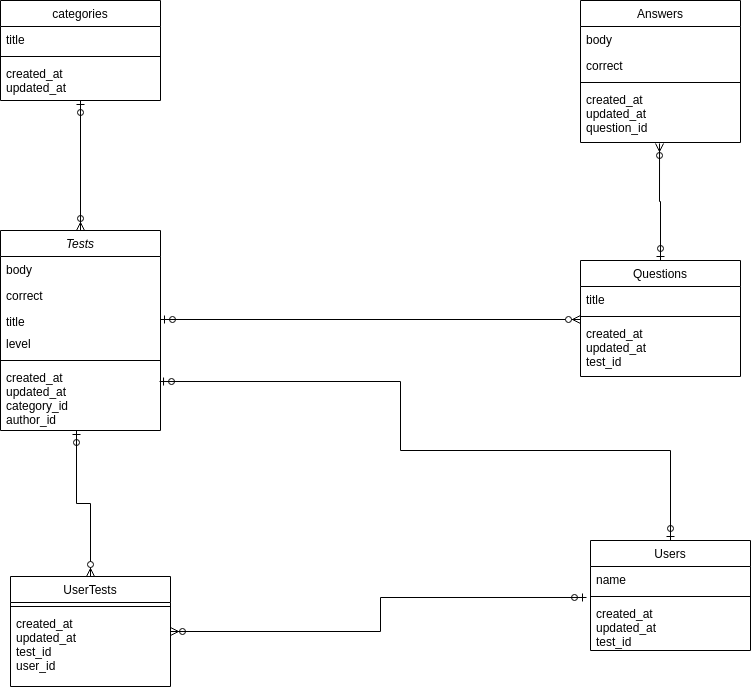
The draw.io diagram Untitled Diagram.drawio.png in TonishevAlexey/TestGuru, before a commit. Source tidied: cells renumbered, new cells last; positions are measured from the earlier drawing's top-left corner, leaving out a move shared by most shapes. The source it was exported from:
```xml
<mxGraphModel>
  <root>
    <mxCell id="0" />
    <mxCell id="1" parent="0" />
    <mxCell id="2" value="Tests&#10;" style="swimlane;fontStyle=2;align=center;verticalAlign=top;horizontal=1;startSize=26;rounded=0;shadow=0;strokeWidth=1;" parent="1" vertex="1">
      <mxGeometry y="230" width="160" height="200" as="geometry" />
    </mxCell>
    <mxCell id="3" value="body" style="text;align=left;verticalAlign=top;spacingLeft=4;spacingRight=4;overflow=hidden;" parent="2" vertex="1">
      <mxGeometry y="26" width="160" height="26" as="geometry" />
    </mxCell>
    <mxCell id="4" value="correct" style="text;align=left;verticalAlign=top;spacingLeft=4;spacingRight=4;overflow=hidden;rounded=0;shadow=0;html=0;" parent="2" vertex="1">
      <mxGeometry y="52" width="160" height="26" as="geometry" />
    </mxCell>
    <mxCell id="5" value="title" style="text;align=left;verticalAlign=top;spacingLeft=4;spacingRight=4;overflow=hidden;points=[[0,0.5],[1,0.5]];portConstraint=eastwest;rounded=0;shadow=0;html=0;" parent="2" vertex="1">
      <mxGeometry y="78" width="160" height="22" as="geometry" />
    </mxCell>
    <mxCell id="6" value="level" style="text;strokeColor=none;fillColor=none;align=left;verticalAlign=top;spacingLeft=4;spacingRight=4;overflow=hidden;" parent="2" vertex="1">
      <mxGeometry y="100" width="160" height="26" as="geometry" />
    </mxCell>
    <mxCell id="7" style="line;html=1;strokeWidth=1;align=left;verticalAlign=middle;spacingTop=-1;spacingLeft=3;spacingRight=3;labelPosition=right;" parent="2" vertex="1">
      <mxGeometry y="126" width="160" height="8" as="geometry" />
    </mxCell>
    <mxCell id="8" value="created_at&#10;updated_at&#10;category_id&#10;author_id" style="text;align=left;verticalAlign=top;spacingLeft=4;spacingRight=4;overflow=hidden;points=[[0,0.5],[1,0.5]];portConstraint=eastwest;" parent="2" vertex="1">
      <mxGeometry y="134" width="160" height="66" as="geometry" />
    </mxCell>
    <mxCell id="9" style="edgeStyle=orthogonalEdgeStyle;rounded=0;jettySize=auto;html=1;exitX=0.5;exitY=0;exitDx=0;exitDy=0;entryX=0.475;entryY=1;entryDx=0;entryDy=0;entryPerimeter=0;startArrow=ERzeroToMany;startFill=1;endArrow=ERzeroToOne;endFill=0;" parent="1" edge="1" source="10" target="8">
      <mxGeometry relative="1" as="geometry" />
    </mxCell>
    <mxCell id="10" value="UserTests" style="swimlane;fontStyle=0;align=center;verticalAlign=top;horizontal=1;startSize=26;rounded=0;shadow=0;strokeWidth=1;" parent="1" vertex="1">
      <mxGeometry x="10" y="576" width="160" height="110" as="geometry" />
    </mxCell>
    <mxCell id="11" style="line;html=1;strokeWidth=1;align=left;verticalAlign=middle;spacingTop=-1;spacingLeft=3;spacingRight=3;labelPosition=right;" parent="10" vertex="1">
      <mxGeometry y="26" width="160" height="8" as="geometry" />
    </mxCell>
    <mxCell id="12" value="created_at&#10;updated_at&#10;test_id&#10;user_id" style="text;align=left;verticalAlign=top;spacingLeft=4;spacingRight=4;overflow=hidden;" parent="10" vertex="1">
      <mxGeometry y="34" width="160" height="76" as="geometry" />
    </mxCell>
    <mxCell id="13" style="edgeStyle=orthogonalEdgeStyle;rounded=0;jettySize=auto;html=1;exitX=-0.025;exitY=1.192;exitDx=0;exitDy=0;entryX=1;entryY=0.5;entryDx=0;entryDy=0;startArrow=ERzeroToOne;startFill=0;endArrow=ERzeroToMany;endFill=0;exitPerimeter=0;" parent="1" edge="1" source="15" target="10">
      <mxGeometry relative="1" as="geometry" />
    </mxCell>
    <mxCell id="14" value="Users" style="swimlane;fontStyle=0;align=center;verticalAlign=top;horizontal=1;startSize=26;rounded=0;shadow=0;strokeWidth=1;" parent="1" vertex="1">
      <mxGeometry x="590" y="540" width="160" height="110" as="geometry" />
    </mxCell>
    <mxCell id="15" value="name" style="text;align=left;verticalAlign=top;spacingLeft=4;spacingRight=4;overflow=hidden;points=[[0,0.5],[1,0.5]];portConstraint=eastwest;" parent="14" vertex="1">
      <mxGeometry y="26" width="160" height="26" as="geometry" />
    </mxCell>
    <mxCell id="16" style="line;html=1;strokeWidth=1;align=left;verticalAlign=middle;spacingTop=-1;spacingLeft=3;spacingRight=3;labelPosition=right;" parent="14" vertex="1">
      <mxGeometry y="52" width="160" height="8" as="geometry" />
    </mxCell>
    <mxCell id="17" value="created_at&#10;updated_at&#10;test_id" style="text;align=left;verticalAlign=top;spacingLeft=4;spacingRight=4;overflow=hidden;" parent="14" vertex="1">
      <mxGeometry y="60" width="160" height="50" as="geometry" />
    </mxCell>
    <mxCell id="18" value="Answers" style="swimlane;fontStyle=0;align=center;verticalAlign=top;horizontal=1;startSize=26;rounded=0;shadow=0;strokeWidth=1;" parent="1" vertex="1">
      <mxGeometry x="580" width="160" height="142" as="geometry" />
    </mxCell>
    <mxCell id="19" value="body" style="text;align=left;verticalAlign=top;spacingLeft=4;spacingRight=4;overflow=hidden;" parent="18" vertex="1">
      <mxGeometry y="26" width="160" height="26" as="geometry" />
    </mxCell>
    <mxCell id="20" value="correct" style="text;align=left;verticalAlign=top;spacingLeft=4;spacingRight=4;overflow=hidden;rounded=0;shadow=0;html=0;" parent="18" vertex="1">
      <mxGeometry y="52" width="160" height="26" as="geometry" />
    </mxCell>
    <mxCell id="21" style="line;html=1;strokeWidth=1;align=left;verticalAlign=middle;spacingTop=-1;spacingLeft=3;spacingRight=3;labelPosition=right;" parent="18" vertex="1">
      <mxGeometry y="78" width="160" height="8" as="geometry" />
    </mxCell>
    <mxCell id="22" value="created_at&#10;updated_at&#10;question_id" style="text;align=left;verticalAlign=top;spacingLeft=4;spacingRight=4;overflow=hidden;points=[[0,0.5],[1,0.5]];portConstraint=eastwest;" parent="18" vertex="1">
      <mxGeometry y="86" width="160" height="56" as="geometry" />
    </mxCell>
    <mxCell id="23" style="edgeStyle=orthogonalEdgeStyle;rounded=0;jettySize=auto;html=1;startArrow=ERzeroToOne;startFill=0;endArrow=ERzeroToMany;endFill=0;" parent="1" edge="1" source="24" target="2">
      <mxGeometry relative="1" as="geometry" />
    </mxCell>
    <mxCell id="24" value="categories" style="swimlane;fontStyle=0;align=center;verticalAlign=top;horizontal=1;startSize=26;rounded=0;shadow=0;strokeWidth=1;" parent="1" vertex="1">
      <mxGeometry width="160" height="100" as="geometry" />
    </mxCell>
    <mxCell id="25" value="title" style="text;align=left;verticalAlign=top;spacingLeft=4;spacingRight=4;overflow=hidden;" parent="24" vertex="1">
      <mxGeometry y="26" width="160" height="26" as="geometry" />
    </mxCell>
    <mxCell id="26" style="line;html=1;strokeWidth=1;align=left;verticalAlign=middle;spacingTop=-1;spacingLeft=3;spacingRight=3;labelPosition=right;" parent="24" vertex="1">
      <mxGeometry y="52" width="160" height="8" as="geometry" />
    </mxCell>
    <mxCell id="27" value="created_at&#10;updated_at&#10;" style="text;align=left;verticalAlign=top;spacingLeft=4;spacingRight=4;overflow=hidden;" parent="24" vertex="1">
      <mxGeometry y="60" width="160" height="40" as="geometry" />
    </mxCell>
    <mxCell id="28" style="edgeStyle=orthogonalEdgeStyle;rounded=0;jettySize=auto;html=1;startArrow=ERzeroToMany;startFill=1;endArrow=ERzeroToOne;endFill=0;" parent="1" edge="1" target="5">
      <mxGeometry relative="1" as="geometry">
        <mxPoint x="580" y="319" as="sourcePoint" />
        <Array as="points">
          <mxPoint x="580" y="319" />
        </Array>
      </mxGeometry>
    </mxCell>
    <mxCell id="29" style="edgeStyle=orthogonalEdgeStyle;rounded=0;jettySize=auto;html=1;exitX=0.5;exitY=0;exitDx=0;exitDy=0;entryX=0.494;entryY=1.018;entryDx=0;entryDy=0;entryPerimeter=0;startArrow=ERzeroToOne;startFill=0;endArrow=ERzeroToMany;endFill=0;" parent="1" edge="1" source="30" target="22">
      <mxGeometry relative="1" as="geometry" />
    </mxCell>
    <mxCell id="30" value="Questions" style="swimlane;fontStyle=0;align=center;verticalAlign=top;horizontal=1;startSize=26;rounded=0;shadow=0;strokeWidth=1;" parent="1" vertex="1">
      <mxGeometry x="580" y="260" width="160" height="116" as="geometry" />
    </mxCell>
    <mxCell id="31" value="title" style="text;align=left;verticalAlign=top;spacingLeft=4;spacingRight=4;overflow=hidden;rounded=0;shadow=0;html=0;" parent="30" vertex="1">
      <mxGeometry y="26" width="160" height="26" as="geometry" />
    </mxCell>
    <mxCell id="32" style="line;html=1;strokeWidth=1;align=left;verticalAlign=middle;spacingTop=-1;spacingLeft=3;spacingRight=3;labelPosition=right;" parent="30" vertex="1">
      <mxGeometry y="52" width="160" height="8" as="geometry" />
    </mxCell>
    <mxCell id="33" value="created_at&#10;updated_at&#10;test_id" style="text;align=left;verticalAlign=top;spacingLeft=4;spacingRight=4;overflow=hidden;" parent="30" vertex="1">
      <mxGeometry y="60" width="160" height="56" as="geometry" />
    </mxCell>
    <mxCell id="34" style="edgeStyle=orthogonalEdgeStyle;rounded=0;jettySize=auto;html=1;exitX=0.994;exitY=0.258;exitDx=0;exitDy=0;startArrow=ERzeroToOne;startFill=0;endArrow=ERzeroToOne;endFill=0;exitPerimeter=0;" parent="1" edge="1" source="8" target="14">
      <mxGeometry relative="1" as="geometry">
        <Array as="points">
          <mxPoint x="400" y="381" />
          <mxPoint x="400" y="450" />
          <mxPoint x="670" y="450" />
        </Array>
      </mxGeometry>
    </mxCell>
  </root>
</mxGraphModel>
```
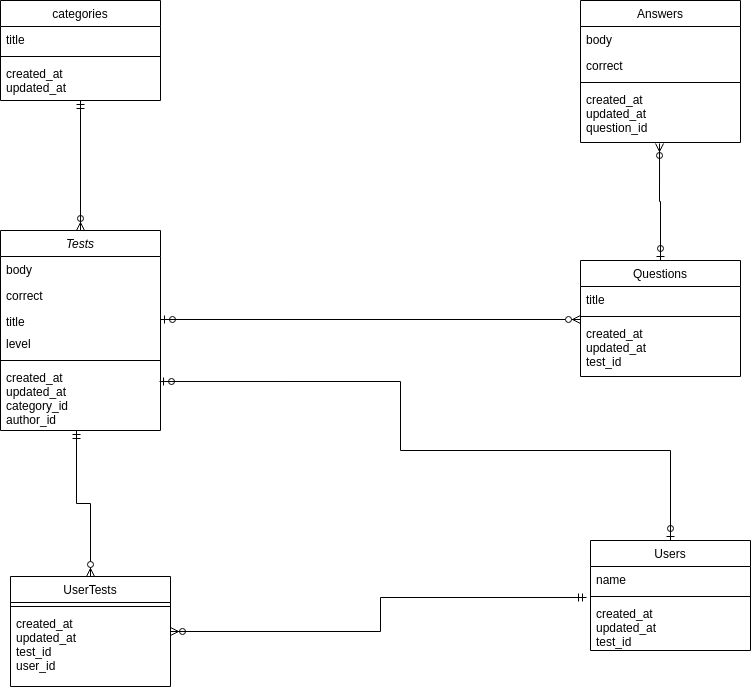
After the change.

What changed in the source:
```diff
@@ -23,7 +23,7 @@
     <mxCell id="8" value="created_at&#10;updated_at&#10;category_id&#10;author_id" style="text;align=left;verticalAlign=top;spacingLeft=4;spacingRight=4;overflow=hidden;points=[[0,0.5],[1,0.5]];portConstraint=eastwest;" parent="2" vertex="1">
       <mxGeometry y="134" width="160" height="66" as="geometry" />
     </mxCell>
-    <mxCell id="9" style="edgeStyle=orthogonalEdgeStyle;rounded=0;jettySize=auto;html=1;exitX=0.5;exitY=0;exitDx=0;exitDy=0;entryX=0.475;entryY=1;entryDx=0;entryDy=0;entryPerimeter=0;startArrow=ERzeroToMany;startFill=1;endArrow=ERzeroToOne;endFill=0;" parent="1" edge="1" source="10" target="8">
+    <mxCell id="9" style="edgeStyle=orthogonalEdgeStyle;rounded=0;jettySize=auto;html=1;exitX=0.5;exitY=0;exitDx=0;exitDy=0;entryX=0.475;entryY=1;entryDx=0;entryDy=0;entryPerimeter=0;startArrow=ERzeroToMany;startFill=1;endArrow=ERmandOne;endFill=0;" parent="1" edge="1" source="10" target="8">
       <mxGeometry relative="1" as="geometry" />
     </mxCell>
     <mxCell id="10" value="UserTests" style="swimlane;fontStyle=0;align=center;verticalAlign=top;horizontal=1;startSize=26;rounded=0;shadow=0;strokeWidth=1;" parent="1" vertex="1">
@@ -35,7 +35,7 @@
     <mxCell id="12" value="created_at&#10;updated_at&#10;test_id&#10;user_id" style="text;align=left;verticalAlign=top;spacingLeft=4;spacingRight=4;overflow=hidden;" parent="10" vertex="1">
       <mxGeometry y="34" width="160" height="76" as="geometry" />
     </mxCell>
-    <mxCell id="13" style="edgeStyle=orthogonalEdgeStyle;rounded=0;jettySize=auto;html=1;exitX=-0.025;exitY=1.192;exitDx=0;exitDy=0;entryX=1;entryY=0.5;entryDx=0;entryDy=0;startArrow=ERzeroToOne;startFill=0;endArrow=ERzeroToMany;endFill=0;exitPerimeter=0;" parent="1" edge="1" source="15" target="10">
+    <mxCell id="13" style="edgeStyle=orthogonalEdgeStyle;rounded=0;jettySize=auto;html=1;exitX=-0.025;exitY=1.192;exitDx=0;exitDy=0;entryX=1;entryY=0.5;entryDx=0;entryDy=0;startArrow=ERmandOne;startFill=0;endArrow=ERzeroToMany;endFill=0;exitPerimeter=0;" parent="1" edge="1" source="15" target="10">
       <mxGeometry relative="1" as="geometry" />
     </mxCell>
     <mxCell id="14" value="Users" style="swimlane;fontStyle=0;align=center;verticalAlign=top;horizontal=1;startSize=26;rounded=0;shadow=0;strokeWidth=1;" parent="1" vertex="1">
@@ -65,7 +65,7 @@
     <mxCell id="22" value="created_at&#10;updated_at&#10;question_id" style="text;align=left;verticalAlign=top;spacingLeft=4;spacingRight=4;overflow=hidden;points=[[0,0.5],[1,0.5]];portConstraint=eastwest;" parent="18" vertex="1">
       <mxGeometry y="86" width="160" height="56" as="geometry" />
     </mxCell>
-    <mxCell id="23" style="edgeStyle=orthogonalEdgeStyle;rounded=0;jettySize=auto;html=1;startArrow=ERzeroToOne;startFill=0;endArrow=ERzeroToMany;endFill=0;" parent="1" edge="1" source="24" target="2">
+    <mxCell id="23" style="edgeStyle=orthogonalEdgeStyle;rounded=0;jettySize=auto;html=1;startArrow=ERmandOne;startFill=0;endArrow=ERzeroToMany;endFill=0;" parent="1" edge="1" source="24" target="2">
       <mxGeometry relative="1" as="geometry" />
     </mxCell>
     <mxCell id="24" value="categories" style="swimlane;fontStyle=0;align=center;verticalAlign=top;horizontal=1;startSize=26;rounded=0;shadow=0;strokeWidth=1;" parent="1" vertex="1">
```
